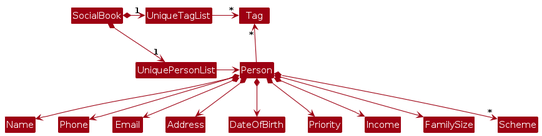
Earlier version of the PlantUML export diagrams/BetterModelClassDiagram.png (AY2425S1-CS2103T-F14b-1/tp). Its source is kept beside it as diagrams/BetterModelClassDiagram.puml.
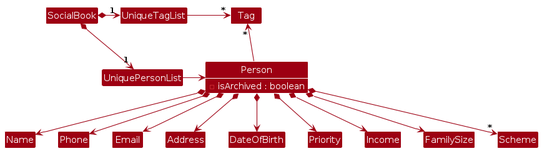
After the change.

The edit, as a diff of the source:
```diff
@@ -3,6 +3,12 @@
 skinparam arrowThickness 1.1
 skinparam arrowColor MODEL_COLOR
 skinparam classBackgroundColor MODEL_COLOR
+
+class Person {
+    - isArchived : boolean
+}
+
+show Person fields
 
 SocialBook *-right-> "1" UniquePersonList
 SocialBook *-right-> "1" UniqueTagList
```
